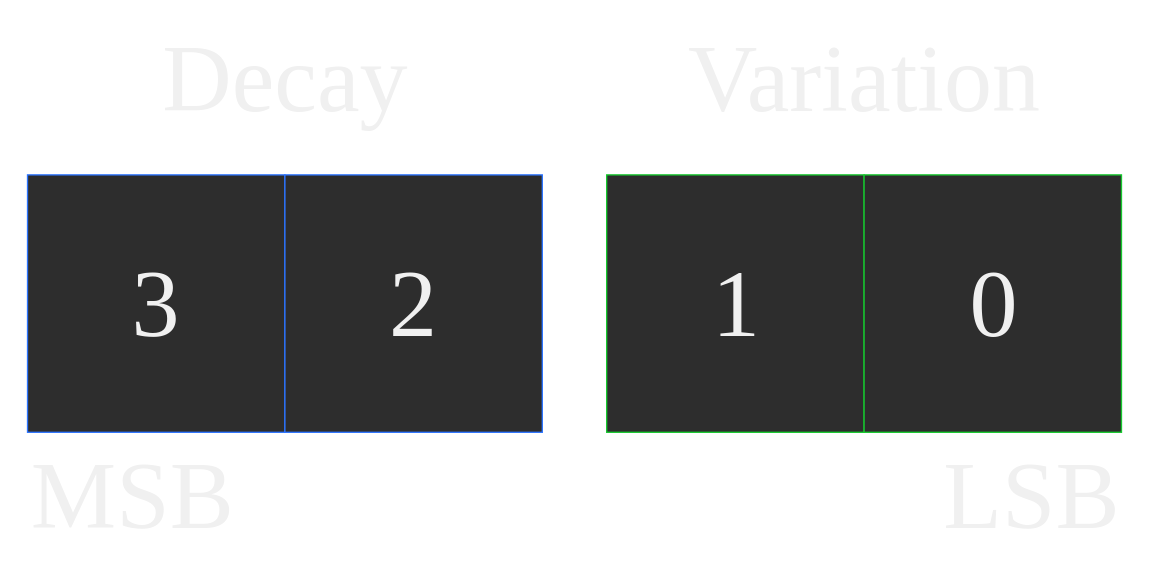
The draw.io diagram docs/leaf_metadata.svg in basdxz/LeafCulling, before a commit. Source tidied: cells renumbered, new cells last; positions are measured from the earlier drawing's top-left corner, leaving out a move shared by most shapes. The source it was exported from:
```xml
<mxGraphModel>
  <root>
    <mxCell id="0" />
    <mxCell id="1" parent="0" />
    <mxCell id="2" value="1" style="rounded=0;whiteSpace=wrap;fontFamily=EXO2;fontSource=https%3A%2F%2Ffonts.googleapis.com%2Fcss%3Ffamily%3DEXO2;fontSize=72;spacing=10;html=1;labelBorderColor=none;fillColor=#2D2D2D;fontColor=#F0F0F0;absoluteArcSize=1;arcSize=30;strokeColor=#16C92E;" parent="1" vertex="1">
      <mxGeometry x="434.1" y="120.6" width="192.9" height="192.9" as="geometry" />
    </mxCell>
    <mxCell id="3" value="MSB" style="text;html=1;strokeColor=none;fillColor=none;align=left;verticalAlign=middle;whiteSpace=wrap;rounded=0;fontFamily=EXO2;fontSource=https%3A%2F%2Ffonts.googleapis.com%2Fcss%3Ffamily%3DEXO2;fontSize=72;fontColor=#F0F0F0;" parent="1" vertex="1">
      <mxGeometry y="313.5" width="192.9" height="96.5" as="geometry" />
    </mxCell>
    <mxCell id="4" value="LSB" style="text;html=1;strokeColor=none;fillColor=none;align=right;verticalAlign=middle;whiteSpace=wrap;rounded=0;fontFamily=EXO2;fontSource=https%3A%2F%2Ffonts.googleapis.com%2Fcss%3Ffamily%3DEXO2;fontSize=72;fontColor=#F0F0F0;" parent="1" vertex="1">
      <mxGeometry x="627.1" y="313.5" width="192.9" height="96.5" as="geometry" />
    </mxCell>
    <mxCell id="5" value="0" style="rounded=0;whiteSpace=wrap;fontFamily=EXO2;fontSource=https%3A%2F%2Ffonts.googleapis.com%2Fcss%3Ffamily%3DEXO2;fontSize=72;spacing=10;html=1;labelBorderColor=none;fillColor=#2D2D2D;fontColor=#F0F0F0;absoluteArcSize=1;arcSize=30;strokeColor=#16C92E;" parent="1" vertex="1">
      <mxGeometry x="627.1" y="120.6" width="192.9" height="192.9" as="geometry" />
    </mxCell>
    <mxCell id="6" value="3" style="rounded=0;whiteSpace=wrap;fontFamily=EXO2;fontSource=https%3A%2F%2Ffonts.googleapis.com%2Fcss%3Ffamily%3DEXO2;fontSize=72;spacing=10;html=1;labelBorderColor=none;fillColor=#2D2D2D;fontColor=#F0F0F0;strokeColor=#2C74FF;absoluteArcSize=1;arcSize=30;" parent="1" vertex="1">
      <mxGeometry y="120.6" width="192.9" height="192.9" as="geometry" />
    </mxCell>
    <mxCell id="7" value="2" style="rounded=0;whiteSpace=wrap;fontFamily=EXO2;fontSource=https%3A%2F%2Ffonts.googleapis.com%2Fcss%3Ffamily%3DEXO2;fontSize=72;spacing=10;html=1;labelBorderColor=none;fillColor=#2D2D2D;fontColor=#F0F0F0;strokeColor=#2C74FF;absoluteArcSize=1;arcSize=30;" parent="1" vertex="1">
      <mxGeometry x="192.9" y="120.6" width="192.9" height="192.9" as="geometry" />
    </mxCell>
    <mxCell id="8" value="Variation" style="text;html=1;strokeColor=none;fillColor=none;align=center;verticalAlign=middle;whiteSpace=wrap;rounded=0;fontFamily=EXO2;fontSource=https%3A%2F%2Ffonts.googleapis.com%2Fcss%3Ffamily%3DEXO2;fontSize=72;fontColor=#F0F0F0;" parent="1" vertex="1">
      <mxGeometry x="530.6" width="192.9" height="96.5" as="geometry" />
    </mxCell>
    <mxCell id="9" value="Decay" style="text;html=1;strokeColor=none;fillColor=none;align=center;verticalAlign=middle;whiteSpace=wrap;rounded=0;fontFamily=EXO2;fontSource=https%3A%2F%2Ffonts.googleapis.com%2Fcss%3Ffamily%3DEXO2;fontSize=72;fontColor=#F0F0F0;" parent="1" vertex="1">
      <mxGeometry x="96.5" width="192.9" height="96.5" as="geometry" />
    </mxCell>
  </root>
</mxGraphModel>
```
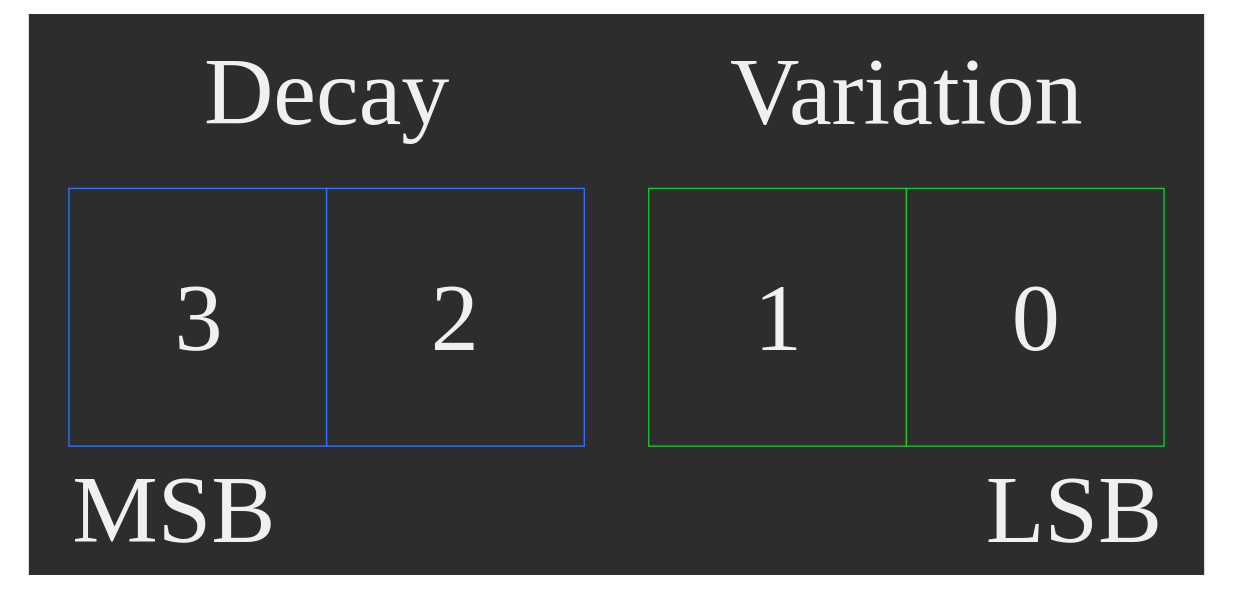
The same diagram one commit later.

Change to the diagram source:
```diff
@@ -2,6 +2,9 @@
   <root>
     <mxCell id="0" />
     <mxCell id="1" parent="0" />
+    <mxCell id="10" style="rounded=0;whiteSpace=wrap;fontFamily=EXO2;fontSource=https%3A%2F%2Ffonts.googleapis.com%2Fcss%3Ffamily%3DEXO2;fontSize=72;spacing=10;html=1;labelBorderColor=none;fillColor=#2D2D2D;fontColor=#F0F0F0;absoluteArcSize=1;arcSize=30;strokeColor=none;" parent="1" vertex="1">
+      <mxGeometry x="-30" y="-10" width="880" height="420" as="geometry" />
+    </mxCell>
     <mxCell id="2" value="1" style="rounded=0;whiteSpace=wrap;fontFamily=EXO2;fontSource=https%3A%2F%2Ffonts.googleapis.com%2Fcss%3Ffamily%3DEXO2;fontSize=72;spacing=10;html=1;labelBorderColor=none;fillColor=#2D2D2D;fontColor=#F0F0F0;absoluteArcSize=1;arcSize=30;strokeColor=#16C92E;" parent="1" vertex="1">
       <mxGeometry x="434.1" y="120.6" width="192.9" height="192.9" as="geometry" />
     </mxCell>
```
